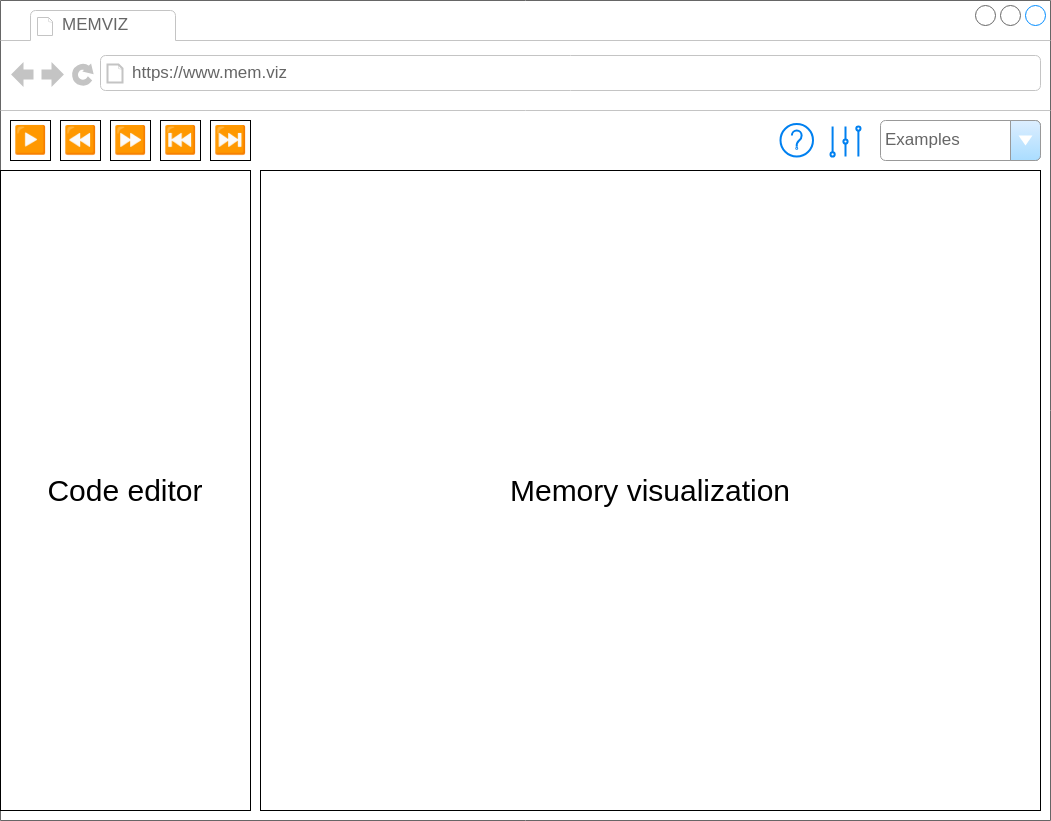
Earlier version of the draw.io export doc/wireframe.drawio.png (hruboson/memviz). Source tidied: cells renumbered, new cells last; positions are measured from the earlier drawing's top-left corner, leaving out a move shared by most shapes.
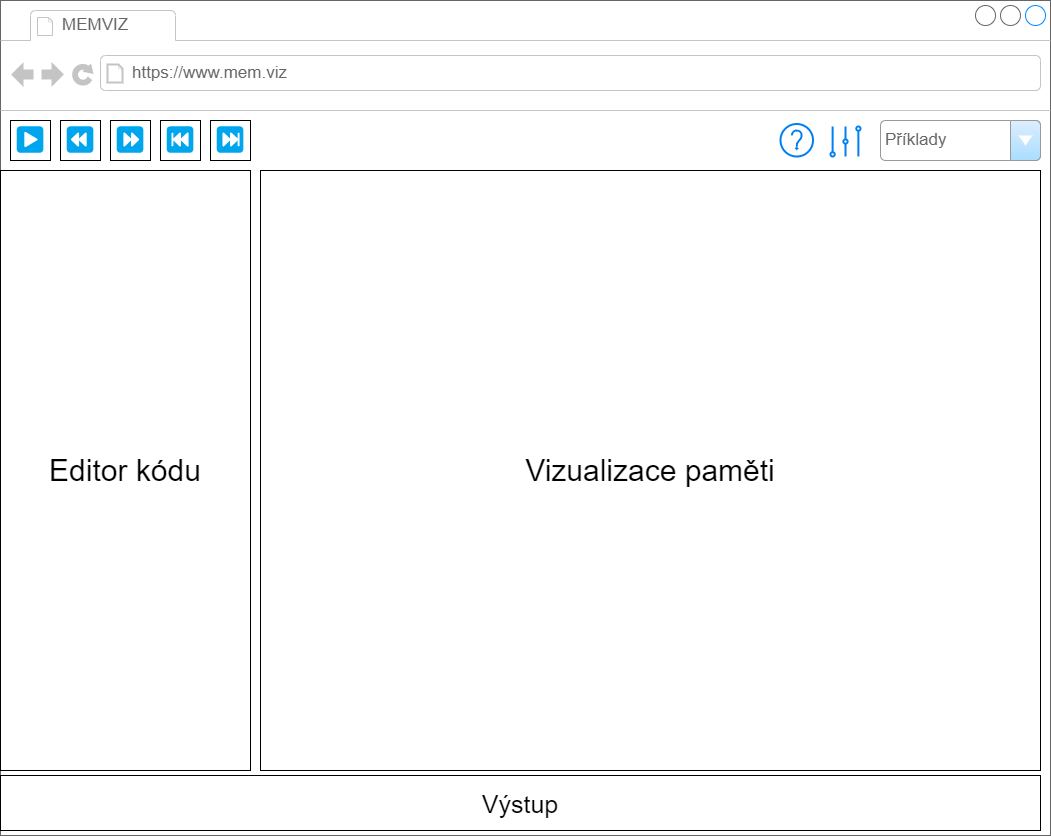
After the change.

Change to the diagram source:
```diff
@@ -3,7 +3,7 @@
     <mxCell id="0" />
     <mxCell id="1" parent="0" />
     <mxCell id="2" style="strokeWidth=1;shadow=0;dashed=0;align=center;html=1;shape=mxgraph.mockup.containers.browserWindow;rSize=0;strokeColor=#666666;mainText=,;rounded=0;labelBackgroundColor=none;fontFamily=Verdana;fontSize=12;" parent="1" vertex="1">
-      <mxGeometry width="1050" height="820" as="geometry" />
+      <mxGeometry width="1050" height="835" as="geometry" />
     </mxCell>
     <mxCell id="3" value="MEMVIZ" style="strokeWidth=1;shadow=0;dashed=0;align=center;html=1;shape=mxgraph.mockup.containers.anchor;fontSize=17;fontColor=#666666;align=left;" parent="2" vertex="1">
       <mxGeometry x="60" y="12" width="110" height="26" as="geometry" />
@@ -11,7 +11,7 @@
     <mxCell id="4" value="https://www.mem.viz" style="strokeWidth=1;shadow=0;dashed=0;align=center;html=1;shape=mxgraph.mockup.containers.anchor;rSize=0;fontSize=17;fontColor=#666666;align=left;" parent="2" vertex="1">
       <mxGeometry x="130" y="60" width="250" height="26" as="geometry" />
     </mxCell>
-    <mxCell id="5" value="Examples" style="strokeWidth=1;shadow=0;dashed=0;align=center;html=1;shape=mxgraph.mockup.forms.comboBox;strokeColor=#999999;fillColor=#ddeeff;align=left;fillColor2=#aaddff;mainText=;fontColor=#666666;fontSize=17;spacingLeft=3;" parent="2" vertex="1">
+    <mxCell id="5" value="Příklady" style="strokeWidth=1;shadow=0;dashed=0;align=center;html=1;shape=mxgraph.mockup.forms.comboBox;strokeColor=#999999;fillColor=#ddeeff;align=left;fillColor2=#aaddff;mainText=;fontColor=#666666;fontSize=17;spacingLeft=3;" parent="2" vertex="1">
       <mxGeometry x="880" y="120" width="160" height="40" as="geometry" />
     </mxCell>
     <mxCell id="6" value="&lt;font style=&quot;font-size: 27px;&quot;&gt;▶️&lt;/font&gt;" style="rounded=0;whiteSpace=wrap;html=1;strokeColor=default;" parent="2" vertex="1">
@@ -29,11 +29,11 @@
     <mxCell id="10" value="&lt;font style=&quot;font-size: 27px;&quot;&gt;⏪&lt;/font&gt;" style="rounded=0;whiteSpace=wrap;html=1;strokeColor=default;" parent="2" vertex="1">
       <mxGeometry x="60" y="120" width="40" height="40" as="geometry" />
     </mxCell>
-    <mxCell id="11" value="&lt;font style=&quot;font-size: 30px;&quot;&gt;Code editor&lt;/font&gt;" style="rounded=0;whiteSpace=wrap;html=1;align=center;" parent="2" vertex="1">
-      <mxGeometry y="170" width="250" height="640" as="geometry" />
+    <mxCell id="11" value="&lt;font style=&quot;font-size: 30px;&quot;&gt;Editor kódu&lt;/font&gt;" style="rounded=0;whiteSpace=wrap;html=1;align=center;" parent="2" vertex="1">
+      <mxGeometry y="170" width="250" height="600" as="geometry" />
     </mxCell>
-    <mxCell id="12" value="&lt;font style=&quot;font-size: 30px;&quot;&gt;Memory visualization&lt;/font&gt;" style="rounded=0;whiteSpace=wrap;html=1;" parent="2" vertex="1">
-      <mxGeometry x="260" y="170" width="780" height="640" as="geometry" />
+    <mxCell id="12" value="&lt;font style=&quot;font-size: 30px;&quot;&gt;Vizualizace paměti&lt;/font&gt;" style="rounded=0;whiteSpace=wrap;html=1;" parent="2" vertex="1">
+      <mxGeometry x="260" y="170" width="780" height="600" as="geometry" />
     </mxCell>
     <mxCell id="13" style="html=1;verticalLabelPosition=bottom;align=center;labelBackgroundColor=#ffffff;verticalAlign=top;strokeWidth=2;strokeColor=#0080F0;shadow=0;dashed=0;shape=mxgraph.ios7.icons.help;" parent="2" vertex="1">
       <mxGeometry x="780" y="123.5" width="32.5" height="32.5" as="geometry" />
@@ -41,5 +41,8 @@
     <mxCell id="14" style="html=1;verticalLabelPosition=bottom;align=center;labelBackgroundColor=#ffffff;verticalAlign=top;strokeWidth=2;strokeColor=#0080F0;shadow=0;dashed=0;shape=mxgraph.ios7.icons.volume;" parent="2" vertex="1">
       <mxGeometry x="830" y="126" width="30" height="30" as="geometry" />
     </mxCell>
+    <mxCell id="15" value="&lt;font style=&quot;font-size: 25px;&quot;&gt;Výstup&lt;/font&gt;" style="rounded=0;whiteSpace=wrap;html=1;" parent="2" vertex="1">
+      <mxGeometry y="775" width="1040" height="55" as="geometry" />
+    </mxCell>
   </root>
 </mxGraphModel>
```
